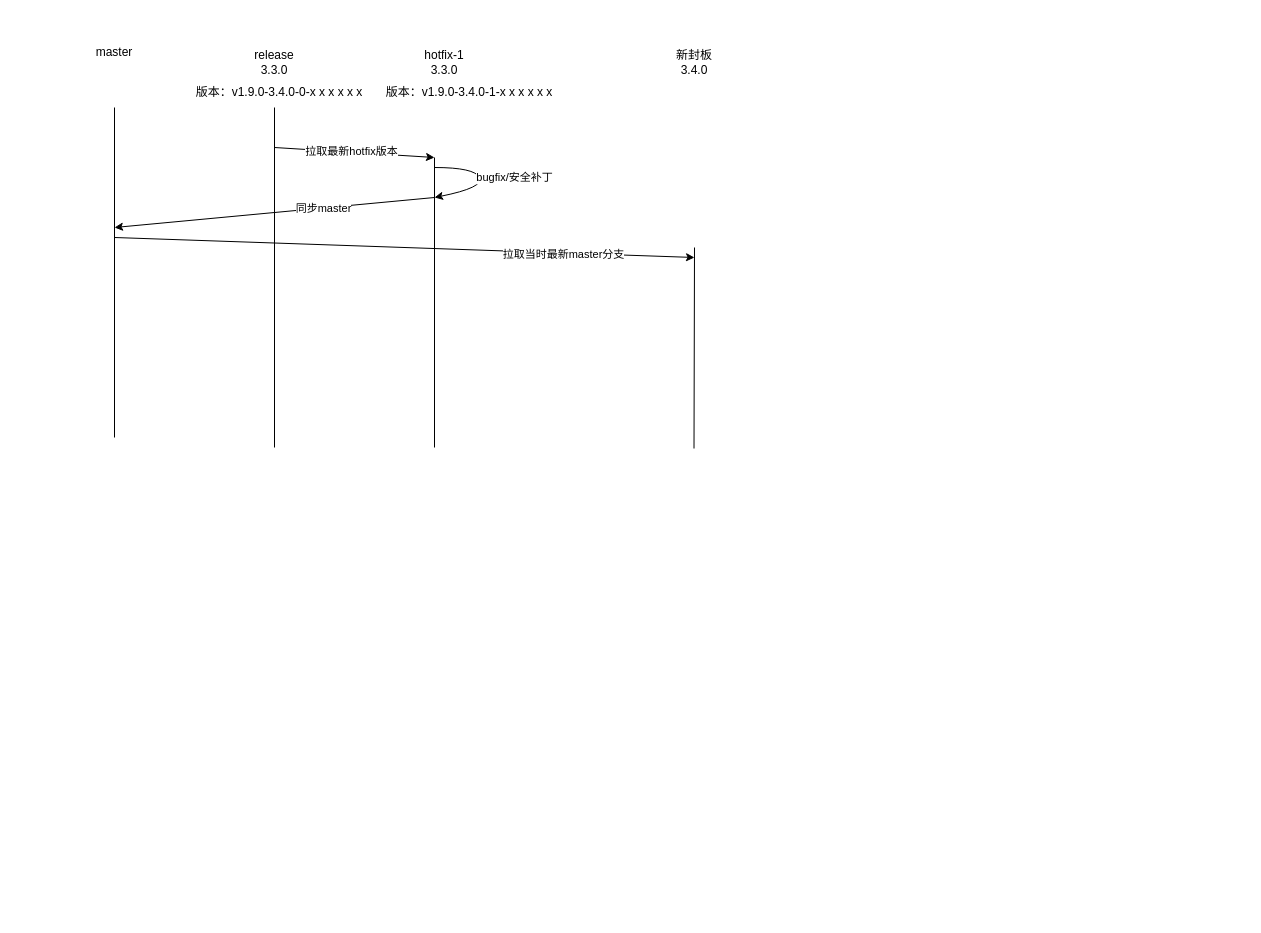
Before: page "版本管理" (16 of 16) of TPASS.drawio in zjtheone/read-the-fxxk-code, a draw.io diagram. Source tidied: cells renumbered, new cells numbered last; positions are measured from the earlier drawing's top-left corner, leaving out a move shared by most shapes. Both pictures are drawn from the tidied source at 100%, with x=0, y=0 at pixel (84, 37).
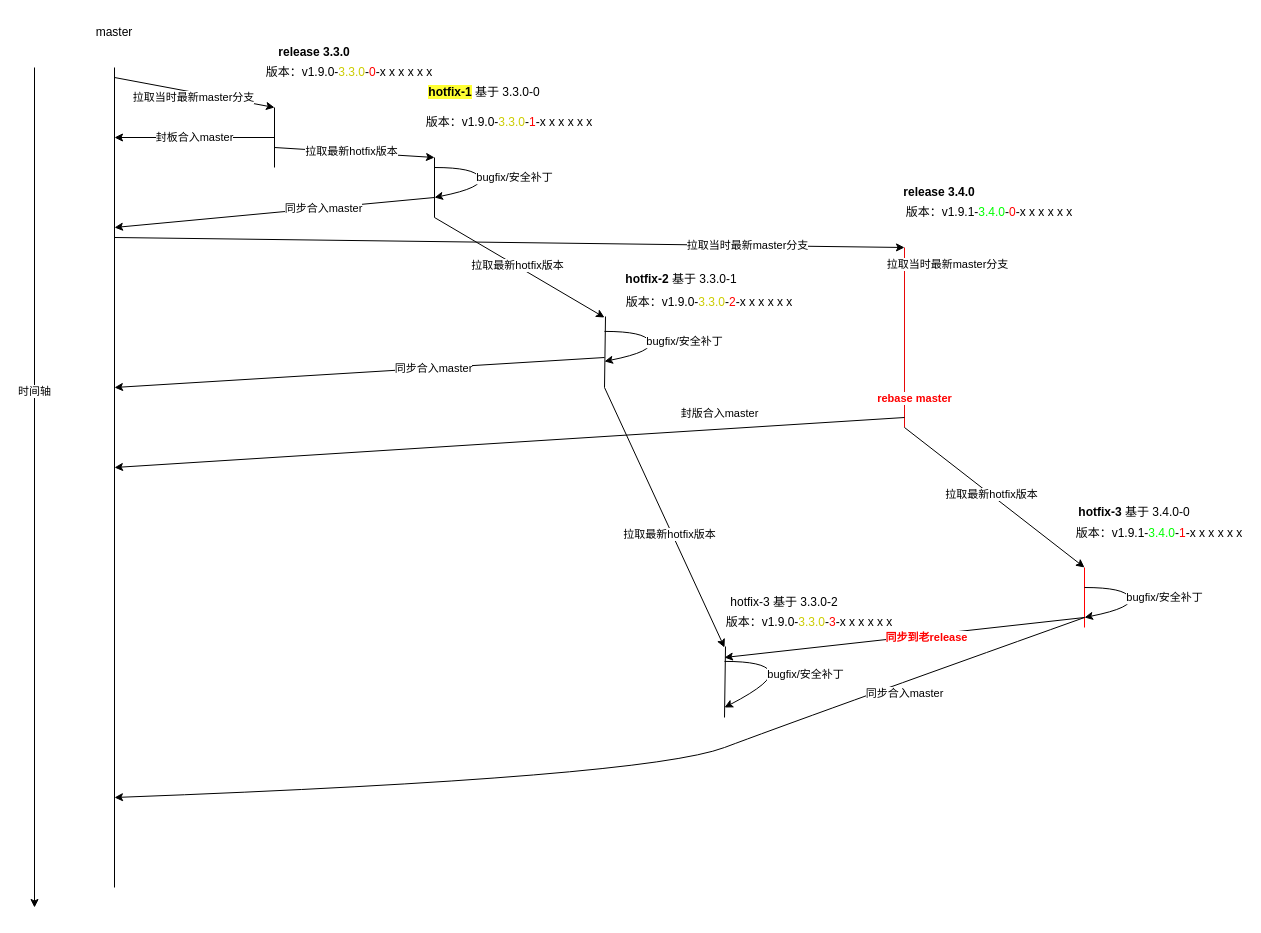
The same page after the edit.

Unchanged cells that the change refers to:
```xml
<mxCell id="14" style="endArrow=classic;html=1;rounded=0;" parent="1" edge="1">
  <mxGeometry relative="1" as="geometry">
    <mxPoint x="350" y="160" as="sourcePoint" />
    <mxPoint x="30" y="190" as="targetPoint" />
  </mxGeometry>
</mxCell>
```

Diff of the diagram source:
```diff
@@
     <mxCell id="2" style="endArrow=none;html=1;rounded=0;" parent="1" edge="1">
       <mxGeometry relative="1" as="geometry">
-        <mxPoint x="30" y="400" as="sourcePoint" />
-        <mxPoint x="30" y="70" as="targetPoint" />
+        <mxPoint x="30" y="850" as="sourcePoint" />
+        <mxPoint x="30" y="30" as="targetPoint" />
       </mxGeometry>
     </mxCell>
     <mxCell id="3" value="master" style="text;html=1;strokeColor=none;fillColor=none;align=center;verticalAlign=middle;whiteSpace=wrap;rounded=0;" parent="1" vertex="1">
-      <mxGeometry width="60" height="30" as="geometry" />
+      <mxGeometry y="-20" width="60" height="30" as="geometry" />
     </mxCell>
-    <mxCell id="4" style="endArrow=none;html=1;rounded=0;" parent="1" edge="1">
+    <mxCell id="4" style="endArrow=none;html=1;rounded=0;strokeColor=#000000;" parent="1" edge="1">
       <mxGeometry relative="1" as="geometry">
-        <mxPoint x="190" y="410" as="sourcePoint" />
+        <mxPoint x="190" y="130" as="sourcePoint" />
         <mxPoint x="190" y="70" as="targetPoint" />
       </mxGeometry>
     </mxCell>
-    <mxCell id="5" value="release 3.3.0" style="text;html=1;strokeColor=none;fillColor=none;align=center;verticalAlign=middle;whiteSpace=wrap;rounded=0;" parent="1" vertex="1">
-      <mxGeometry x="160" y="10" width="60" height="30" as="geometry" />
+    <mxCell id="5" value="&lt;b&gt;release 3.3.0&lt;/b&gt;" style="text;html=1;strokeColor=none;fillColor=none;align=center;verticalAlign=middle;whiteSpace=wrap;rounded=0;" parent="1" vertex="1">
+      <mxGeometry x="190" width="80" height="30" as="geometry" />
     </mxCell>
-    <mxCell id="6" style="endArrow=none;html=1;rounded=0;" parent="1" edge="1">
+    <mxCell id="6" style="endArrow=none;html=1;rounded=0;strokeColor=#e70808;" parent="1" edge="1">
       <mxGeometry relative="1" as="geometry">
-        <mxPoint x="609.5" y="411" as="sourcePoint" />
-        <mxPoint x="610" y="210" as="targetPoint" />
+        <mxPoint x="820" y="390" as="sourcePoint" />
+        <mxPoint x="820" y="210" as="targetPoint" />
       </mxGeometry>
     </mxCell>
-    <mxCell id="7" value="新封板 3.4.0" style="text;html=1;strokeColor=none;fillColor=none;align=center;verticalAlign=middle;whiteSpace=wrap;rounded=0;" parent="1" vertex="1">
-      <mxGeometry x="580" y="10" width="60" height="30" as="geometry" />
+    <mxCell id="7" value="&lt;b&gt;release 3.4.0&lt;/b&gt;" style="text;html=1;strokeColor=none;fillColor=none;align=center;verticalAlign=middle;whiteSpace=wrap;rounded=0;" parent="1" vertex="1">
+      <mxGeometry x="810" y="140" width="90" height="30" as="geometry" />
     </mxCell>
-    <mxCell id="8" value="hotfix-1 3.3.0" style="text;html=1;strokeColor=none;fillColor=none;align=center;verticalAlign=middle;whiteSpace=wrap;rounded=0;" parent="1" vertex="1">
-      <mxGeometry x="330" y="10" width="60" height="30" as="geometry" />
+    <mxCell id="8" value="&lt;b&gt;&lt;span style=&quot;background-color: rgb(255, 255, 51);&quot;&gt;hotfix-1&lt;/span&gt; &lt;/b&gt;基于 3.3.0-0" style="text;html=1;strokeColor=none;fillColor=none;align=center;verticalAlign=middle;whiteSpace=wrap;rounded=0;" parent="1" vertex="1">
+      <mxGeometry x="340" y="40" width="120" height="30" as="geometry" />
     </mxCell>
-    <mxCell id="9" value="版本：v1.9.0-3.4.0-0-x x x x x x" style="text;html=1;strokeColor=none;fillColor=none;align=center;verticalAlign=middle;whiteSpace=wrap;rounded=0;" parent="1" vertex="1">
-      <mxGeometry x="110" y="40" width="170" height="30" as="geometry" />
+    <mxCell id="9" value="版本：v1.9.0-&lt;font color=&quot;#cccc00&quot;&gt;3.3.0&lt;/font&gt;-&lt;font color=&quot;#ff0000&quot;&gt;0&lt;/font&gt;-x x x x x x" style="text;html=1;strokeColor=none;fillColor=none;align=center;verticalAlign=middle;whiteSpace=wrap;rounded=0;" parent="1" vertex="1">
+      <mxGeometry x="180" y="20" width="170" height="30" as="geometry" />
     </mxCell>
-    <mxCell id="10" value="版本：v1.9.0-3.4.0-1-x x x x x x" style="text;html=1;strokeColor=none;fillColor=none;align=center;verticalAlign=middle;whiteSpace=wrap;rounded=0;" parent="1" vertex="1">
-      <mxGeometry x="300" y="40" width="170" height="30" as="geometry" />
+    <mxCell id="10" value="版本：v1.9.0-&lt;font color=&quot;#cccc00&quot;&gt;3.3.0&lt;/font&gt;-&lt;font color=&quot;#ff0000&quot;&gt;1&lt;/font&gt;-x x x x x x" style="text;html=1;strokeColor=none;fillColor=none;align=center;verticalAlign=middle;whiteSpace=wrap;rounded=0;" parent="1" vertex="1">
+      <mxGeometry x="340" y="70" width="170" height="30" as="geometry" />
     </mxCell>
-    <mxCell id="11" style="endArrow=none;html=1;rounded=0;" parent="1" edge="1">
+    <mxCell id="11" style="endArrow=none;html=1;rounded=0;strokeColor=#000000;" parent="1" edge="1">
       <mxGeometry relative="1" as="geometry">
-        <mxPoint x="350" y="410" as="sourcePoint" />
+        <mxPoint x="350" y="180" as="sourcePoint" />
         <mxPoint x="350" y="120" as="targetPoint" />
       </mxGeometry>
     </mxCell>
@@
-    <mxCell id="15" value="同步master" style="edgeLabel;html=1;align=center;verticalAlign=middle;" parent="14" vertex="1">
+    <mxCell id="15" value="同步合入master" style="edgeLabel;html=1;align=center;verticalAlign=middle;" parent="14" vertex="1">
       <mxGeometry x="-0.3" relative="1" as="geometry" />
     </mxCell>
     <mxCell id="16" style="endArrow=classic;html=1;rounded=0;" parent="1" edge="1">
       <mxGeometry relative="1" as="geometry">
         <mxPoint x="30" y="200" as="sourcePoint" />
-        <mxPoint x="610" y="220" as="targetPoint" />
+        <mxPoint x="820" y="210" as="targetPoint" />
       </mxGeometry>
     </mxCell>
@@
+    <mxCell id="20" value="&lt;b&gt;hotfix-2&lt;/b&gt; 基于 3.3.0-1" style="text;html=1;strokeColor=none;fillColor=none;align=center;verticalAlign=middle;whiteSpace=wrap;rounded=0;" parent="1" vertex="1">
+      <mxGeometry x="537" y="226.6" width="120" height="30" as="geometry" />
+    </mxCell>
+    <mxCell id="21" value="版本：v1.9.0-&lt;font color=&quot;#cccc00&quot;&gt;3.3.0&lt;/font&gt;-&lt;font color=&quot;#ff0000&quot;&gt;2&lt;/font&gt;-x x x x x x" style="text;html=1;strokeColor=none;fillColor=none;align=center;verticalAlign=middle;whiteSpace=wrap;rounded=0;" parent="1" vertex="1">
+      <mxGeometry x="540" y="250" width="170" height="30" as="geometry" />
+    </mxCell>
+    <mxCell id="22" style="endArrow=none;html=1;rounded=0;strokeColor=#000000;" parent="1" edge="1">
+      <mxGeometry relative="1" as="geometry">
+        <mxPoint x="520" y="350" as="sourcePoint" />
+        <mxPoint x="521" y="279" as="targetPoint" />
+      </mxGeometry>
+    </mxCell>
+    <mxCell id="23" value="拉取当时最新master分支" style="edgeLabel;html=1;align=center;verticalAlign=middle;" parent="1" vertex="1">
+      <mxGeometry x="862.8" y="226.6" as="geometry" />
+    </mxCell>
+    <mxCell id="24" style="endArrow=classic;html=1;rounded=0;" parent="1" edge="1">
+      <mxGeometry relative="1" as="geometry">
+        <mxPoint x="350" y="180" as="sourcePoint" />
+        <mxPoint x="520" y="280" as="targetPoint" />
+      </mxGeometry>
+    </mxCell>
+    <mxCell id="25" value="拉取最新hotfix版本" style="edgeLabel;html=1;align=center;verticalAlign=middle;" parent="24" vertex="1">
+      <mxGeometry x="-0.04" y="1" relative="1" as="geometry" />
+    </mxCell>
+    <mxCell id="26" value="版本：v1.9.1-&lt;font color=&quot;#00ff00&quot;&gt;3.4.0&lt;/font&gt;-&lt;font color=&quot;#ff0000&quot;&gt;0&lt;/font&gt;-x x x x x x" style="text;html=1;strokeColor=none;fillColor=none;align=center;verticalAlign=middle;whiteSpace=wrap;rounded=0;" parent="1" vertex="1">
+      <mxGeometry x="820" y="160" width="170" height="30" as="geometry" />
+    </mxCell>
+    <mxCell id="27" style="endArrow=classic;html=1;rounded=0;" parent="1" edge="1">
+      <mxGeometry relative="1" as="geometry">
+        <mxPoint x="30" y="40" as="sourcePoint" />
+        <mxPoint x="190" y="70" as="targetPoint" />
+      </mxGeometry>
+    </mxCell>
+    <mxCell id="28" value="拉取当时最新master分支" style="edgeLabel;html=1;align=center;verticalAlign=middle;" parent="27" vertex="1">
+      <mxGeometry x="0.76" y="1" relative="1" as="geometry">
+        <mxPoint x="-62" y="-6" as="offset" />
+      </mxGeometry>
+    </mxCell>
+    <mxCell id="29" value="封板合入master" style="endArrow=classic;html=1;rounded=0;" parent="1" edge="1">
+      <mxGeometry relative="1" as="geometry">
+        <mxPoint x="190" y="100" as="sourcePoint" />
+        <mxPoint x="30" y="100" as="targetPoint" />
+      </mxGeometry>
+    </mxCell>
+    <mxCell id="30" style="endArrow=classic;html=1;rounded=0;" parent="1" edge="1">
+      <mxGeometry relative="1" as="geometry">
+        <mxPoint x="820" y="380" as="sourcePoint" />
+        <mxPoint x="30" y="430" as="targetPoint" />
+      </mxGeometry>
+    </mxCell>
+    <mxCell id="31" value="封版合入master" style="edgeLabel;html=1;align=center;verticalAlign=middle;" parent="30" vertex="1">
+      <mxGeometry x="-0.53" y="-4" relative="1" as="geometry">
+        <mxPoint y="-12" as="offset" />
+      </mxGeometry>
+    </mxCell>
+    <mxCell id="32" style="endArrow=none;html=1;rounded=0;strokeColor=#FF0000;" parent="1" edge="1">
+      <mxGeometry relative="1" as="geometry">
+        <mxPoint x="1000" y="530" as="sourcePoint" />
+        <mxPoint x="1000" y="590" as="targetPoint" />
+      </mxGeometry>
+    </mxCell>
+    <mxCell id="33" value="&lt;b&gt;hotfix-3&lt;/b&gt; 基于 3.4.0-0" style="text;html=1;strokeColor=none;fillColor=none;align=center;verticalAlign=middle;whiteSpace=wrap;rounded=0;" parent="1" vertex="1">
+      <mxGeometry x="990" y="460" width="120" height="30" as="geometry" />
+    </mxCell>
+    <mxCell id="34" value="版本：v1.9.1-&lt;font color=&quot;#00ff00&quot;&gt;3.4.0&lt;/font&gt;-&lt;font color=&quot;#ff0000&quot;&gt;1&lt;/font&gt;-x x x x x x" style="text;html=1;strokeColor=none;fillColor=none;align=center;verticalAlign=middle;whiteSpace=wrap;rounded=0;" parent="1" vertex="1">
+      <mxGeometry x="990" y="481" width="170" height="30" as="geometry" />
+    </mxCell>
+    <mxCell id="35" style="curved=1;endArrow=classic;html=1;rounded=0;" parent="1" edge="1">
+      <mxGeometry relative="1" as="geometry">
+        <mxPoint x="520" y="293.9" as="sourcePoint" />
+        <mxPoint x="520" y="323.9" as="targetPoint" />
+        <Array as="points">
+          <mxPoint x="560" y="293.9" />
+          <mxPoint x="570" y="313.9" />
+        </Array>
+      </mxGeometry>
+    </mxCell>
+    <mxCell id="36" value="bugfix/安全补丁" style="edgeLabel;html=1;align=center;verticalAlign=middle;" parent="35" vertex="1">
+      <mxGeometry x="-0.2" y="-1" relative="1" as="geometry">
+        <mxPoint x="38" y="5" as="offset" />
+      </mxGeometry>
+    </mxCell>
+    <mxCell id="37" style="endArrow=classic;html=1;rounded=0;" parent="1" edge="1">
+      <mxGeometry relative="1" as="geometry">
+        <mxPoint x="520" y="320" as="sourcePoint" />
+        <mxPoint x="30" y="350" as="targetPoint" />
+      </mxGeometry>
+    </mxCell>
+    <mxCell id="38" value="同步合入master" style="edgeLabel;html=1;align=center;verticalAlign=middle;" parent="37" vertex="1">
+      <mxGeometry x="-0.3" relative="1" as="geometry" />
+    </mxCell>
+    <mxCell id="39" value="&lt;font color=&quot;#ff0000&quot;&gt;&lt;b&gt;rebase master&lt;/b&gt;&lt;/font&gt;" style="edgeLabel;html=1;align=center;verticalAlign=middle;" parent="1" vertex="1">
+      <mxGeometry x="825" y="360" as="geometry">
+        <mxPoint x="4" as="offset" />
+      </mxGeometry>
+    </mxCell>
+    <mxCell id="40" value="hotfix-3 基于 3.3.0-2" style="text;html=1;strokeColor=none;fillColor=none;align=center;verticalAlign=middle;whiteSpace=wrap;rounded=0;" parent="1" vertex="1">
+      <mxGeometry x="640" y="550" width="120" height="30" as="geometry" />
+    </mxCell>
+    <mxCell id="41" value="版本：v1.9.0-&lt;font color=&quot;#cccc00&quot;&gt;3.3.0&lt;/font&gt;-&lt;font color=&quot;#ff0000&quot;&gt;3&lt;/font&gt;-x x x x x x" style="text;html=1;strokeColor=none;fillColor=none;align=center;verticalAlign=middle;whiteSpace=wrap;rounded=0;" parent="1" vertex="1">
+      <mxGeometry x="640" y="570" width="170" height="30" as="geometry" />
+    </mxCell>
+    <mxCell id="42" style="curved=1;endArrow=classic;html=1;rounded=0;" parent="1" edge="1">
+      <mxGeometry relative="1" as="geometry">
+        <mxPoint x="640" y="623.9" as="sourcePoint" />
+        <mxPoint x="640" y="670" as="targetPoint" />
+        <Array as="points">
+          <mxPoint x="680" y="623.9" />
+          <mxPoint x="690" y="643.9" />
+        </Array>
+      </mxGeometry>
+    </mxCell>
+    <mxCell id="43" value="bugfix/安全补丁" style="edgeLabel;html=1;align=center;verticalAlign=middle;" parent="42" vertex="1">
+      <mxGeometry x="-0.2" y="-1" relative="1" as="geometry">
+        <mxPoint x="38" y="5" as="offset" />
+      </mxGeometry>
+    </mxCell>
+    <mxCell id="44" style="endArrow=none;html=1;rounded=0;" parent="1" edge="1">
+      <mxGeometry relative="1" as="geometry">
+        <mxPoint x="640" y="680" as="sourcePoint" />
+        <mxPoint x="641" y="609" as="targetPoint" />
+      </mxGeometry>
+    </mxCell>
+    <mxCell id="45" style="endArrow=classic;html=1;rounded=0;" parent="1" edge="1">
+      <mxGeometry relative="1" as="geometry">
+        <mxPoint x="520" y="350" as="sourcePoint" />
+        <mxPoint x="640" y="610" as="targetPoint" />
+      </mxGeometry>
+    </mxCell>
+    <mxCell id="46" value="拉取最新hotfix版本" style="edgeLabel;html=1;align=center;verticalAlign=middle;" parent="45" vertex="1">
+      <mxGeometry x="-0.04" y="1" relative="1" as="geometry">
+        <mxPoint x="6" y="23" as="offset" />
+      </mxGeometry>
+    </mxCell>
+    <mxCell id="47" style="endArrow=classic;html=1;rounded=0;" parent="1" edge="1">
+      <mxGeometry relative="1" as="geometry">
+        <mxPoint x="820" y="390" as="sourcePoint" />
+        <mxPoint x="1000" y="530" as="targetPoint" />
+      </mxGeometry>
+    </mxCell>
+    <mxCell id="48" value="拉取最新hotfix版本" style="edgeLabel;html=1;align=center;verticalAlign=middle;" parent="47" vertex="1">
+      <mxGeometry x="-0.04" y="1" relative="1" as="geometry" />
+    </mxCell>
+    <mxCell id="49" style="curved=1;endArrow=classic;html=1;rounded=0;" parent="1" edge="1">
+      <mxGeometry relative="1" as="geometry">
+        <mxPoint x="1000" y="550" as="sourcePoint" />
+        <mxPoint x="1000" y="580" as="targetPoint" />
+        <Array as="points">
+          <mxPoint x="1040" y="550" />
+          <mxPoint x="1050" y="570" />
+        </Array>
+      </mxGeometry>
+    </mxCell>
+    <mxCell id="50" value="bugfix/安全补丁" style="edgeLabel;html=1;align=center;verticalAlign=middle;" parent="49" vertex="1">
+      <mxGeometry x="-0.2" y="-1" relative="1" as="geometry">
+        <mxPoint x="38" y="5" as="offset" />
+      </mxGeometry>
+    </mxCell>
+    <mxCell id="51" style="endArrow=classic;html=1;rounded=0;" parent="1" edge="1">
+      <mxGeometry relative="1" as="geometry">
+        <mxPoint x="1000" y="580" as="sourcePoint" />
+        <mxPoint x="640" y="620" as="targetPoint" />
+      </mxGeometry>
+    </mxCell>
+    <mxCell id="52" value="&lt;b&gt;&lt;font color=&quot;#ff0000&quot;&gt;同步到老release&lt;/font&gt;&lt;/b&gt;" style="edgeLabel;html=1;align=center;verticalAlign=middle;" parent="51" vertex="1">
+      <mxGeometry x="-0.21" y="3" relative="1" as="geometry">
+        <mxPoint x="-17" y="1" as="offset" />
+      </mxGeometry>
+    </mxCell>
+    <mxCell id="53" style="curved=1;endArrow=classic;html=1;rounded=0;" parent="1" edge="1">
+      <mxGeometry relative="1" as="geometry">
+        <mxPoint x="1000" y="580" as="sourcePoint" />
+        <mxPoint x="30" y="760" as="targetPoint" />
+        <Array as="points">
+          <mxPoint x="720" y="680" />
+          <mxPoint x="560" y="740" />
+        </Array>
+      </mxGeometry>
+    </mxCell>
+    <mxCell id="54" value="同步合入master" style="edgeLabel;html=1;align=center;verticalAlign=middle;" parent="53" vertex="1">
+      <mxGeometry x="-0.61" y="10" relative="1" as="geometry" />
+    </mxCell>
+    <mxCell id="55" style="endArrow=classic;html=1;rounded=0;" parent="1" edge="1">
+      <mxGeometry relative="1" as="geometry">
+        <mxPoint x="-50" y="30" as="sourcePoint" />
+        <mxPoint x="-50" y="870" as="targetPoint" />
+      </mxGeometry>
+    </mxCell>
+    <mxCell id="56" value="时间轴" style="edgeLabel;html=1;align=center;verticalAlign=middle;" parent="55" vertex="1">
+      <mxGeometry x="-0.23" y="-1" relative="1" as="geometry" />
+    </mxCell>
```
